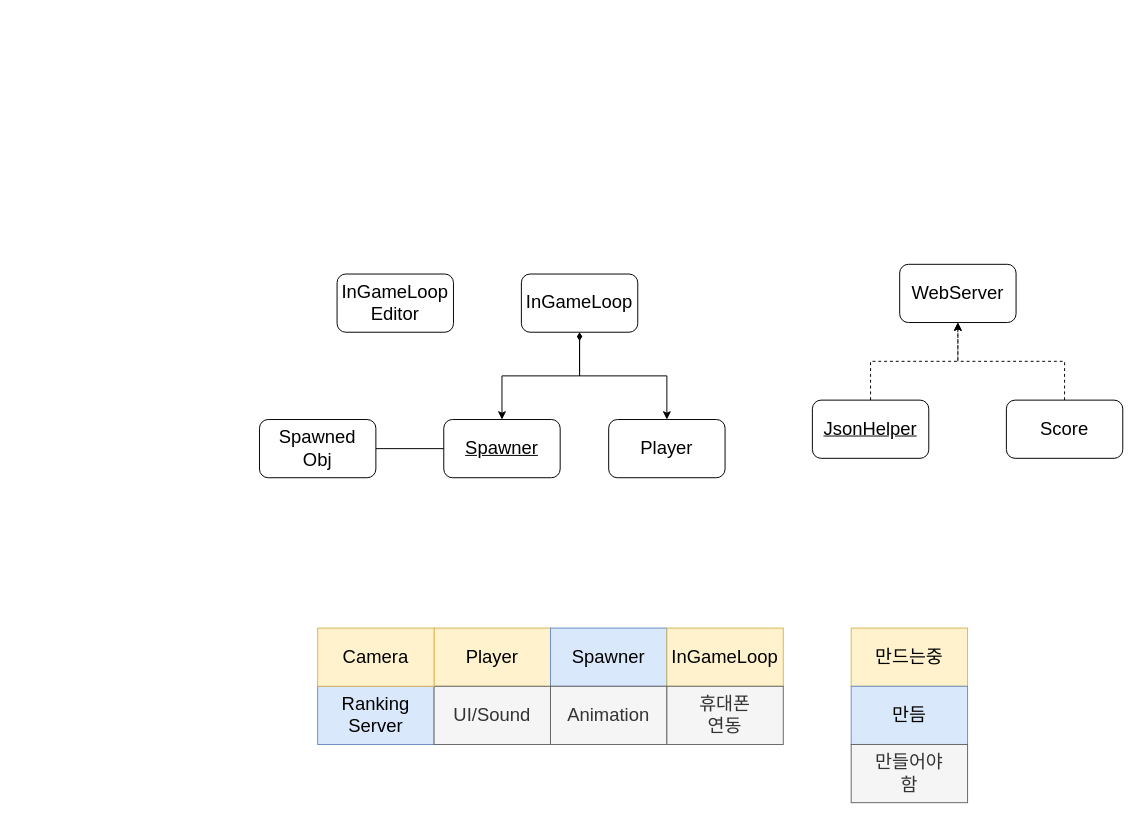
Earlier version of the draw.io diagram UML.drawio (sanghun219/Summer_Project). Source tidied: cells renumbered, new cells numbered last; positions are measured from the earlier drawing's top-left corner, leaving out a move shared by most shapes. Both pictures are drawn from the tidied source at 97%, with x=0, y=0 at pixel (259, 264).
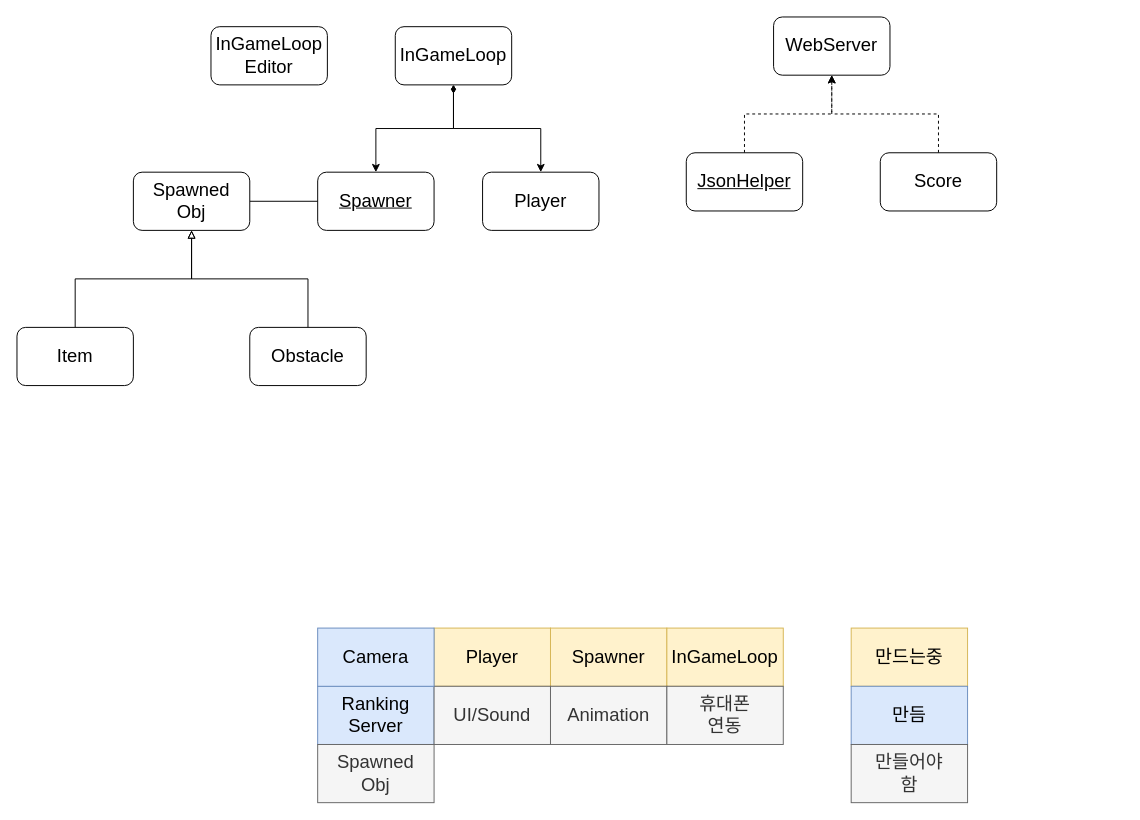
The same diagram, later.

What changed in the source:
```diff
@@
     <mxCell id="2" value="InGameLoop" style="rounded=1;whiteSpace=wrap;html=1;fontSize=19;" parent="1" vertex="1">
-      <mxGeometry x="270" y="10" width="120" height="60" as="geometry" />
+      <mxGeometry x="140" y="-245" width="120" height="60" as="geometry" />
     </mxCell>
@@
     <mxCell id="4" value="&lt;u&gt;Spawner&lt;/u&gt;" style="rounded=1;whiteSpace=wrap;html=1;fontSize=19;" parent="1" vertex="1">
-      <mxGeometry x="190" y="160" width="120" height="60" as="geometry" />
+      <mxGeometry x="60" y="-95" width="120" height="60" as="geometry" />
     </mxCell>
@@
     <mxCell id="6" value="Player" style="rounded=1;whiteSpace=wrap;html=1;fontSize=19;" parent="1" vertex="1">
-      <mxGeometry x="360" y="160" width="120" height="60" as="geometry" />
+      <mxGeometry x="230" y="-95" width="120" height="60" as="geometry" />
     </mxCell>
@@
-    <mxCell id="8" value="Spawner" style="rounded=0;whiteSpace=wrap;html=1;fontSize=19;fillColor=#dae8fc;strokeColor=#6c8ebf;" parent="1" vertex="1">
+    <mxCell id="8" value="Spawner" style="rounded=0;whiteSpace=wrap;html=1;fontSize=19;fillColor=#fff2cc;strokeColor=#d6b656;" parent="1" vertex="1">
       <mxGeometry x="300" y="375" width="120" height="60" as="geometry" />
     </mxCell>
@@
-    <mxCell id="14" value="Camera" style="rounded=0;whiteSpace=wrap;html=1;fontSize=19;fillColor=#fff2cc;strokeColor=#d6b656;" parent="1" vertex="1">
+    <mxCell id="14" value="Camera" style="rounded=0;whiteSpace=wrap;html=1;fontSize=19;fillColor=#dae8fc;strokeColor=#6c8ebf;" parent="1" vertex="1">
       <mxGeometry x="60" y="375" width="120" height="60" as="geometry" />
     </mxCell>
@@
     <mxCell id="19" value="&lt;span&gt;Spawned&lt;br&gt;Obj&lt;br&gt;&lt;/span&gt;" style="rounded=1;whiteSpace=wrap;html=1;fontSize=19;fontStyle=0;" parent="1" vertex="1">
-      <mxGeometry y="160" width="120" height="60" as="geometry" />
+      <mxGeometry x="-130" y="-95" width="120" height="60" as="geometry" />
     </mxCell>
     <mxCell id="20" value="WebServer" style="rounded=1;whiteSpace=wrap;html=1;fontSize=19;" parent="1" vertex="1">
-      <mxGeometry x="660" width="120" height="60" as="geometry" />
+      <mxGeometry x="530" y="-255" width="120" height="60" as="geometry" />
     </mxCell>
@@
     <mxCell id="22" value="JsonHelper" style="rounded=1;whiteSpace=wrap;html=1;fontSize=19;fontStyle=4;" parent="1" vertex="1">
-      <mxGeometry x="570" y="140" width="120" height="60" as="geometry" />
+      <mxGeometry x="440" y="-115" width="120" height="60" as="geometry" />
     </mxCell>
     <mxCell id="23" style="edgeStyle=orthogonalEdgeStyle;rounded=0;jettySize=auto;html=1;dashed=1;" parent="1" edge="1" source="24">
       <mxGeometry relative="1" as="geometry">
-        <mxPoint x="720" y="60" as="targetPoint" />
+        <mxPoint x="590" y="-195" as="targetPoint" />
         <Array as="points">
-          <mxPoint x="830" y="100" />
-          <mxPoint x="720" y="100" />
+          <mxPoint x="700" y="-155" />
+          <mxPoint x="590" y="-155" />
         </Array>
       </mxGeometry>
     </mxCell>
     <mxCell id="24" value="Score" style="rounded=1;whiteSpace=wrap;html=1;fontSize=19;" parent="1" vertex="1">
-      <mxGeometry x="770" y="140" width="120" height="60" as="geometry" />
+      <mxGeometry x="640" y="-115" width="120" height="60" as="geometry" />
     </mxCell>
     <mxCell id="25" value="InGameLoop&lt;br&gt;Editor" style="rounded=1;whiteSpace=wrap;html=1;fontSize=19;" parent="1" vertex="1">
-      <mxGeometry x="80" y="10" width="120" height="60" as="geometry" />
+      <mxGeometry x="-50" y="-245" width="120" height="60" as="geometry" />
     </mxCell>
+    <mxCell id="26" value="Spawned&lt;br&gt;Obj" style="rounded=0;whiteSpace=wrap;html=1;fontSize=19;fillColor=#f5f5f5;strokeColor=#666666;fontColor=#333333;" parent="1" vertex="1">
+      <mxGeometry x="60" y="495" width="120" height="60" as="geometry" />
+    </mxCell>
+    <mxCell id="27" style="edgeStyle=orthogonalEdgeStyle;rounded=0;jettySize=auto;html=1;entryX=0.5;entryY=1;entryDx=0;entryDy=0;endArrow=block;endFill=0;" parent="1" edge="1" source="28" target="19">
+      <mxGeometry relative="1" as="geometry" />
+    </mxCell>
+    <mxCell id="28" value="&lt;span&gt;Item&lt;br&gt;&lt;/span&gt;" style="rounded=1;whiteSpace=wrap;html=1;fontSize=19;fontStyle=0;" parent="1" vertex="1">
+      <mxGeometry x="-250" y="65" width="120" height="60" as="geometry" />
+    </mxCell>
+    <mxCell id="29" style="edgeStyle=orthogonalEdgeStyle;rounded=0;jettySize=auto;html=1;entryX=0.5;entryY=1;entryDx=0;entryDy=0;endArrow=block;endFill=0;" parent="1" edge="1" source="30" target="19">
+      <mxGeometry relative="1" as="geometry" />
+    </mxCell>
+    <mxCell id="30" value="&lt;span&gt;Obstacle&lt;br&gt;&lt;/span&gt;" style="rounded=1;whiteSpace=wrap;html=1;fontSize=19;fontStyle=0;" parent="1" vertex="1">
+      <mxGeometry x="-10" y="65" width="120" height="60" as="geometry" />
+    </mxCell>
```
